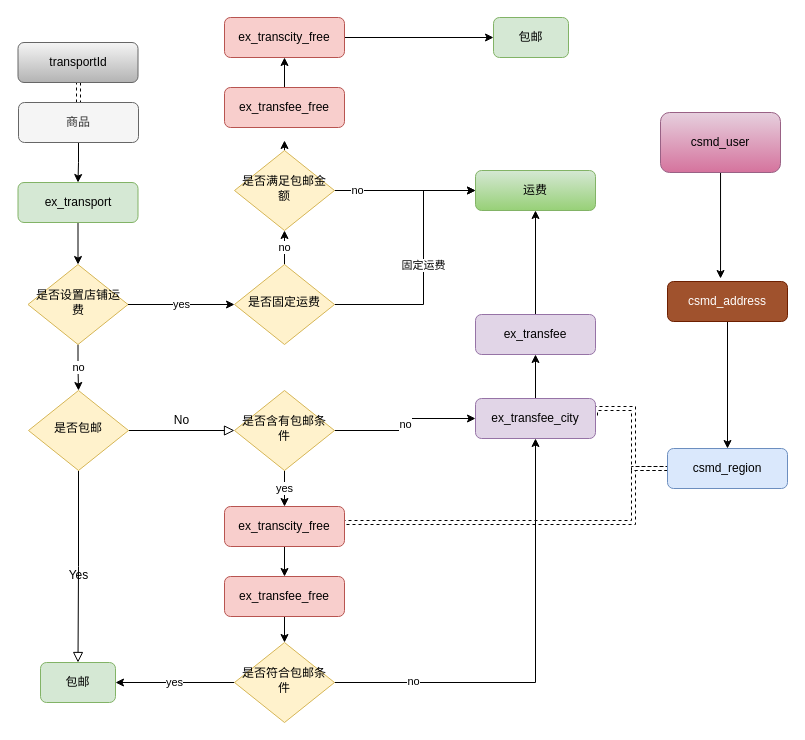
skyson-leung/- keeps this draw.io diagram as page "运费模样" (1 of 2) of 运费模板.drawio. Above is the earlier version. Source tidied: cells renumbered, new cells numbered last; positions are measured from the earlier drawing's top-left corner, leaving out a move shared by most shapes. Both pictures are drawn from the tidied source at 100%, with x=0, y=0 at pixel (17, 17).
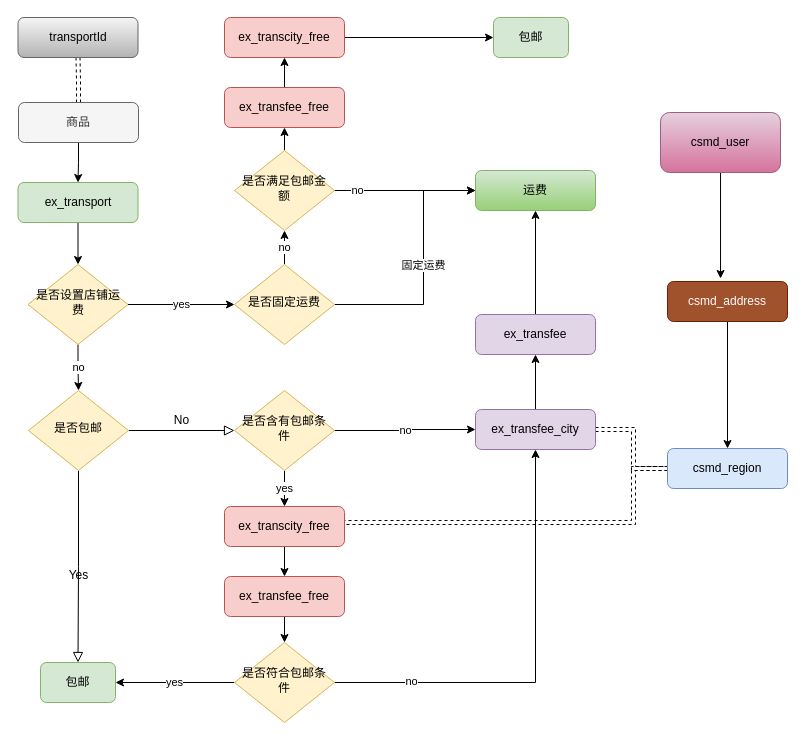
The same page after the edit.

The change refers to these unchanged cells:
```xml
<mxCell id="22" value="csmd_region" style="rounded=1;whiteSpace=wrap;html=1;fontSize=12;glass=0;strokeWidth=1;shadow=0;fillColor=#dae8fc;strokeColor=#6c8ebf;" parent="1" vertex="1">
  <mxGeometry x="650" y="431" width="120" height="40" as="geometry" />
</mxCell>
<mxCell id="45" value="是否满足包邮金额" style="rhombus;whiteSpace=wrap;html=1;shadow=0;fontFamily=Helvetica;fontSize=12;align=center;strokeWidth=1;spacing=6;spacingTop=-4;fillColor=#fff2cc;strokeColor=#d6b656;" parent="1" vertex="1">
  <mxGeometry x="217" y="133" width="100" height="80" as="geometry" />
</mxCell>
<mxCell id="48" value="ex_transfee_free" style="rounded=1;whiteSpace=wrap;html=1;fontSize=12;glass=0;strokeWidth=1;shadow=0;fillColor=#f8cecc;strokeColor=#b85450;" parent="1" vertex="1">
  <mxGeometry x="207" y="70" width="120" height="40" as="geometry" />
</mxCell>
```

What changed in the source:
```diff
@@
     <mxCell id="19" value="transportId" style="rounded=1;whiteSpace=wrap;html=1;fontSize=12;glass=0;strokeWidth=1;shadow=0;gradientColor=#b3b3b3;fillColor=#f5f5f5;strokeColor=#666666;" parent="1" vertex="1">
-      <mxGeometry x="0.5" y="25" width="120" height="40" as="geometry" />
+      <mxGeometry x="0.5" width="120" height="40" as="geometry" />
     </mxCell>
     <mxCell id="20" style="edgeStyle=orthogonalEdgeStyle;rounded=0;jettySize=auto;html=1;entryX=1;entryY=0.5;entryDx=0;entryDy=0;fontSize=12;dashed=1;shape=link;" parent="1" edge="1" source="22" target="24">
       <mxGeometry relative="1" as="geometry">
         <Array as="points">
           <mxPoint x="616" y="451" />
-          <mxPoint x="616" y="391" />
+          <mxPoint x="616" y="412" />
         </Array>
       </mxGeometry>
     </mxCell>
@@
     <mxCell id="24" value="ex_transfee_city" style="rounded=1;whiteSpace=wrap;html=1;fontSize=12;glass=0;strokeWidth=1;shadow=0;fillColor=#e1d5e7;strokeColor=#9673a6;" parent="1" vertex="1">
-      <mxGeometry x="458" y="381" width="120" height="40" as="geometry" />
+      <mxGeometry x="458" y="392" width="120" height="40" as="geometry" />
     </mxCell>
@@
-    <mxCell id="44" style="edgeStyle=orthogonalEdgeStyle;rounded=0;jettySize=auto;html=1;exitX=0.5;exitY=0;exitDx=0;exitDy=0;entryX=0.5;entryY=1;entryDx=0;entryDy=0;" parent="1" edge="1" source="45">
-      <mxGeometry relative="1" as="geometry">
-        <mxPoint x="267" y="123" as="targetPoint" />
-      </mxGeometry>
+    <mxCell id="44" style="edgeStyle=orthogonalEdgeStyle;rounded=0;jettySize=auto;html=1;exitX=0.5;exitY=0;exitDx=0;exitDy=0;entryX=0.5;entryY=1;entryDx=0;entryDy=0;" parent="1" edge="1" source="45" target="48">
+      <mxGeometry relative="1" as="geometry" />
     </mxCell>
```
